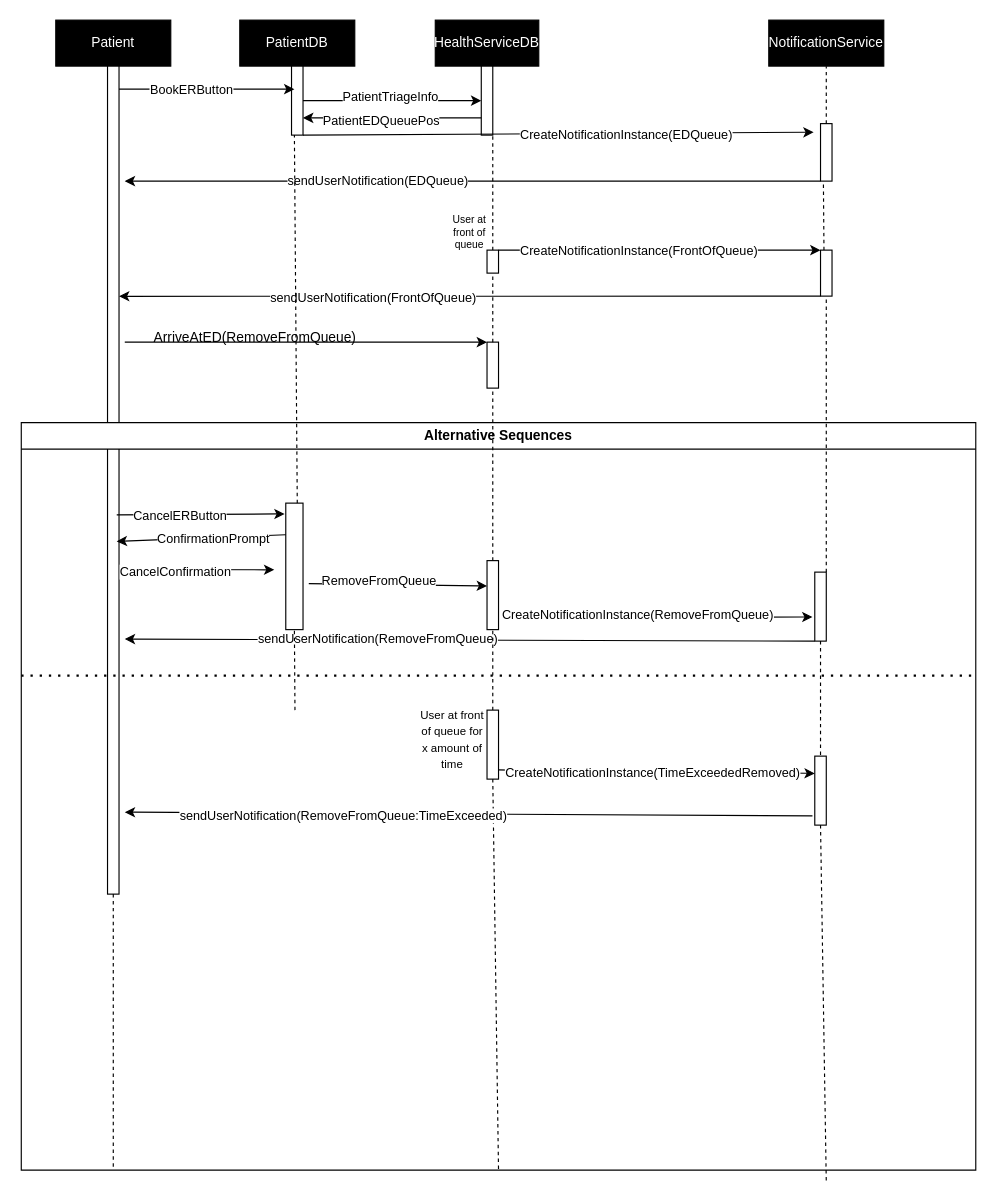
Before: booking_er_sequence.drawio in uvic-teach/project-m1-team8, a draw.io diagram. Source tidied: cells renumbered, new cells numbered last; positions are measured from the earlier drawing's top-left corner, leaving out a move shared by most shapes. Both pictures are drawn from the tidied source at 115%, with x=0, y=0 at pixel (21, 20).
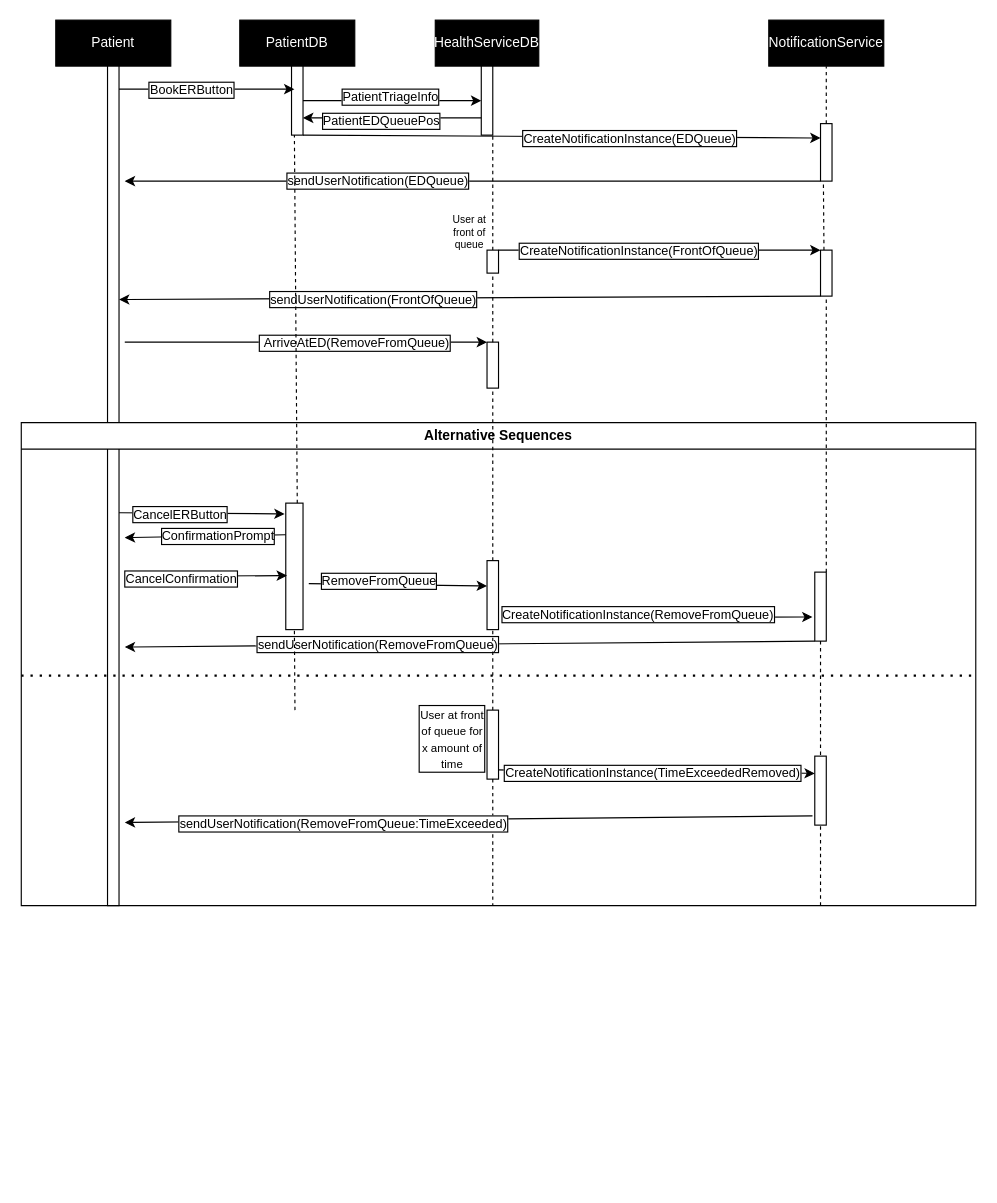
After the change.

Unchanged cells that the change refers to:
```xml
<mxCell id="7" style="rounded=0;whiteSpace=wrap;html=1;" parent="1" vertex="1">
  <mxGeometry x="235" y="40" width="10" height="60" as="geometry" />
</mxCell>
<mxCell id="9" style="endArrow=classic;html=1;rounded=0;exitX=1;exitY=0.5;exitDx=0;exitDy=0;entryX=0;entryY=0.5;entryDx=0;entryDy=0;" parent="1" edge="1" source="7" target="8">
  <mxGeometry relative="1" as="geometry" />
</mxCell>
<mxCell id="11" style="endArrow=classic;html=1;rounded=0;entryX=1;entryY=0.75;entryDx=0;entryDy=0;exitX=0;exitY=0.75;exitDx=0;exitDy=0;" parent="1" edge="1" source="8" target="7">
  <mxGeometry relative="1" as="geometry" />
</mxCell>
<mxCell id="15" style="rounded=0;whiteSpace=wrap;html=1;" parent="1" vertex="1">
  <mxGeometry x="695" y="90" width="10" height="50" as="geometry" />
</mxCell>
<mxCell id="17" style="endArrow=classic;html=1;rounded=0;exitX=0;exitY=1;exitDx=0;exitDy=0;" parent="1" edge="1" source="15">
  <mxGeometry relative="1" as="geometry">
    <mxPoint x="90" y="140" as="targetPoint" />
  </mxGeometry>
</mxCell>
<mxCell id="23" style="endArrow=classic;html=1;rounded=0;entryX=0;entryY=0;entryDx=0;entryDy=0;exitX=1;exitY=0;exitDx=0;exitDy=0;" parent="1" edge="1" source="20" target="22">
  <mxGeometry relative="1" as="geometry" />
</mxCell>
<mxCell id="25" style="endArrow=classic;html=1;rounded=0;exitX=0.75;exitY=0;exitDx=0;exitDy=0;entryX=0;entryY=0;entryDx=0;entryDy=0;" parent="1" edge="1">
  <mxGeometry relative="1" as="geometry">
    <mxPoint x="85" y="60" as="sourcePoint" />
    <mxPoint x="237.5" y="60" as="targetPoint" />
  </mxGeometry>
</mxCell>
<mxCell id="27" style="endArrow=classic;html=1;rounded=0;entryX=1;entryY=0.278;entryDx=0;entryDy=0;exitX=0;exitY=1;exitDx=0;exitDy=0;entryPerimeter=0;" parent="1" edge="1" source="22" target="6">
  <mxGeometry relative="1" as="geometry" />
</mxCell>
<mxCell id="32" style="endArrow=classic;html=1;rounded=0;entryX=0;entryY=0;entryDx=0;entryDy=0;" parent="1" edge="1" target="30">
  <mxGeometry relative="1" as="geometry">
    <mxPoint x="90" y="280" as="sourcePoint" />
  </mxGeometry>
</mxCell>
<mxCell id="35" style="rounded=0;whiteSpace=wrap;html=1;" parent="34" vertex="1">
  <mxGeometry x="230" y="70" width="15" height="110" as="geometry" />
</mxCell>
<mxCell id="37" style="endArrow=classic;html=1;rounded=0;entryX=0;entryY=0.367;entryDx=0;entryDy=0;entryPerimeter=0;" parent="34" edge="1" target="36">
  <mxGeometry relative="1" as="geometry">
    <mxPoint x="250" y="140" as="sourcePoint" />
  </mxGeometry>
</mxCell>
<mxCell id="39" style="endArrow=classic;html=1;rounded=0;exitX=1;exitY=0.75;exitDx=0;exitDy=0;entryX=-0.2;entryY=0.65;entryDx=0;entryDy=0;entryPerimeter=0;" parent="34" edge="1" target="41">
  <mxGeometry relative="1" as="geometry">
    <mxPoint x="430" y="170" as="sourcePoint" />
  </mxGeometry>
</mxCell>
<mxCell id="42" style="rounded=0;whiteSpace=wrap;html=1;" parent="34" vertex="1">
  <mxGeometry x="405" y="250" width="10" height="60" as="geometry" />
</mxCell>
<mxCell id="43" style="rounded=0;whiteSpace=wrap;html=1;" parent="34" vertex="1">
  <mxGeometry x="690" y="290" width="10" height="60" as="geometry" />
</mxCell>
<mxCell id="44" style="endArrow=classic;html=1;rounded=0;exitX=1;exitY=0.867;exitDx=0;exitDy=0;exitPerimeter=0;entryX=0;entryY=0.25;entryDx=0;entryDy=0;" parent="34" edge="1" source="42" target="43">
  <mxGeometry relative="1" as="geometry" />
</mxCell>
<mxCell id="58" style="endArrow=classic;html=1;rounded=0;exitX=0;exitY=1;exitDx=0;exitDy=0;entryX=1.5;entryY=0.692;entryDx=0;entryDy=0;entryPerimeter=0;" parent="1" edge="1" source="41" target="6">
  <mxGeometry relative="1" as="geometry" />
</mxCell>
<mxCell id="63" style="endArrow=classic;html=1;rounded=0;entryX=1.5;entryY=0.901;entryDx=0;entryDy=0;entryPerimeter=0;exitX=-0.2;exitY=0.867;exitDx=0;exitDy=0;exitPerimeter=0;" parent="1" edge="1" source="43" target="6">
  <mxGeometry relative="1" as="geometry" />
</mxCell>
```

What changed in the source:
```diff
@@
     <mxCell id="6" style="rounded=0;whiteSpace=wrap;html=1;" parent="1" vertex="1">
-      <mxGeometry x="75" y="40" width="10" height="720" as="geometry" />
+      <mxGeometry x="75" y="40" width="10" height="730" as="geometry" />
     </mxCell>
@@
-    <mxCell id="10" value="PatientTriageInfo" style="edgeLabel;html=1;align=center;verticalAlign=middle;" parent="9" vertex="1">
+    <mxCell id="10" value="&lt;font style=&quot;&quot;&gt;PatientTriageInfo&lt;/font&gt;" style="edgeLabel;html=1;align=center;verticalAlign=middle;fontColor=#000000;labelBackgroundColor=#FFFFFF;labelBorderColor=default;" parent="9" vertex="1">
       <mxGeometry x="0.29" y="4" relative="1" as="geometry">
         <mxPoint x="-25" as="offset" />
       </mxGeometry>
     </mxCell>
@@
-    <mxCell id="12" value="PatientEDQueuePos" style="edgeLabel;html=1;align=center;verticalAlign=middle;" parent="11" vertex="1">
+    <mxCell id="12" value="&lt;span style=&quot;&quot;&gt;PatientEDQueuePos&lt;/span&gt;" style="edgeLabel;html=1;align=center;verticalAlign=middle;labelBorderColor=#000000;fontColor=#000000;labelBackgroundColor=#FFFFFF;" parent="11" vertex="1">
       <mxGeometry x="0.14" y="2" relative="1" as="geometry" />
     </mxCell>
-    <mxCell id="13" style="endArrow=classic;html=1;rounded=0;exitX=1;exitY=1;exitDx=0;exitDy=0;entryX=-0.6;entryY=0.15;entryDx=0;entryDy=0;entryPerimeter=0;" parent="1" edge="1" source="7" target="15">
+    <mxCell id="13" style="endArrow=classic;html=1;rounded=0;exitX=1;exitY=1;exitDx=0;exitDy=0;entryX=0;entryY=0.25;entryDx=0;entryDy=0;" parent="1" edge="1" source="7" target="15">
       <mxGeometry relative="1" as="geometry" />
     </mxCell>
-    <mxCell id="14" value="CreateNotificationInstance(EDQueue)" style="edgeLabel;html=1;align=center;verticalAlign=middle;" parent="13" vertex="1">
+    <mxCell id="14" value="CreateNotificationInstance(EDQueue)" style="edgeLabel;html=1;align=center;verticalAlign=middle;labelBorderColor=default;" parent="13" vertex="1">
       <mxGeometry x="0.18" y="-1" relative="1" as="geometry">
         <mxPoint x="18" as="offset" />
       </mxGeometry>
     </mxCell>
@@
-    <mxCell id="18" value="sendUserNotification(EDQueue)" style="edgeLabel;html=1;align=center;verticalAlign=middle;" parent="17" vertex="1">
+    <mxCell id="18" value="sendUserNotification(EDQueue)" style="edgeLabel;html=1;align=center;verticalAlign=middle;labelBorderColor=default;" parent="17" vertex="1">
       <mxGeometry x="-0.03" y="-1" relative="1" as="geometry">
         <mxPoint x="-93" as="offset" />
       </mxGeometry>
     </mxCell>
@@
-    <mxCell id="24" value="CreateNotificationInstance(FrontOfQueue)" style="edgeLabel;html=1;align=center;verticalAlign=middle;" parent="23" vertex="1">
+    <mxCell id="24" value="CreateNotificationInstance(FrontOfQueue)" style="edgeLabel;html=1;align=center;verticalAlign=middle;labelBorderColor=default;" parent="23" vertex="1">
       <mxGeometry x="-0.41" y="1" relative="1" as="geometry">
         <mxPoint x="38" y="1" as="offset" />
       </mxGeometry>
     </mxCell>
@@
-    <mxCell id="26" value="BookERButton" style="edgeLabel;html=1;align=center;verticalAlign=middle;" parent="25" vertex="1">
+    <mxCell id="26" value="&lt;font&gt;BookERButton&lt;/font&gt;" style="edgeLabel;html=1;align=center;verticalAlign=middle;labelBackgroundColor=#FFFFFF;fontColor=#000000;labelBorderColor=default;" parent="25" vertex="1">
       <mxGeometry x="-0.19" relative="1" as="geometry" />
     </mxCell>
@@
-    <mxCell id="28" value="sendUserNotification(FrontOfQueue)" style="edgeLabel;html=1;align=center;verticalAlign=middle;" parent="27" vertex="1">
+    <mxCell id="28" value="sendUserNotification(FrontOfQueue)" style="edgeLabel;html=1;align=center;verticalAlign=middle;labelBorderColor=default;" parent="27" vertex="1">
       <mxGeometry x="0.12" y="1" relative="1" as="geometry">
         <mxPoint x="-48" as="offset" />
       </mxGeometry>
     </mxCell>
@@
-    <mxCell id="33" value="&lt;div&gt;&amp;nbsp;&amp;nbsp;&amp;nbsp;&amp;nbsp;&amp;nbsp;&amp;nbsp;&amp;nbsp;&amp;nbsp;&amp;nbsp;&amp;nbsp;&amp;nbsp;&amp;nbsp;&amp;nbsp;&amp;nbsp;&amp;nbsp;&amp;nbsp;&amp;nbsp;&amp;nbsp;&amp;nbsp; ArriveAtED(RemoveFromQueue)&lt;/div&gt;&lt;div&gt;&lt;br&gt;&lt;/div&gt;" style="text;html=1;align=center;verticalAlign=middle;strokeColor=none;fillColor=none;" parent="1" vertex="1">
-      <mxGeometry x="40" y="263" width="260" height="40" as="geometry" />
+    <mxCell id="33" value="&lt;div style=&quot;font-size: 11px;&quot;&gt;&lt;font style=&quot;font-size: 11px;&quot;&gt;&amp;nbsp;ArriveAtED(RemoveFromQueue)&lt;/font&gt;&lt;/div&gt;" style="edgeLabel;html=1;align=center;verticalAlign=middle;labelBorderColor=default;" parent="32" vertex="1">
+      <mxGeometry x="0.12" relative="1" as="geometry">
+        <mxPoint x="23" as="offset" />
+      </mxGeometry>
     </mxCell>
     <mxCell id="34" value="Alternative Sequences" style="swimlane;whiteSpace=wrap;html=1;" parent="1" vertex="1">
-      <mxGeometry y="350" width="830" height="650" as="geometry" />
+      <mxGeometry y="350" width="830" height="420" as="geometry" />
     </mxCell>
@@
-    <mxCell id="38" value="RemoveFromQueue" style="edgeLabel;html=1;align=center;verticalAlign=middle;" parent="37" vertex="1">
+    <mxCell id="38" value="RemoveFromQueue" style="edgeLabel;html=1;align=center;verticalAlign=middle;labelBorderColor=default;" parent="37" vertex="1">
       <mxGeometry x="-0.23" y="3" relative="1" as="geometry" />
     </mxCell>
@@
-    <mxCell id="40" value="CreateNotificationInstance(RemoveFromQueue)" style="edgeLabel;html=1;align=center;verticalAlign=middle;" parent="39" vertex="1">
+    <mxCell id="40" value="CreateNotificationInstance(RemoveFromQueue)" style="edgeLabel;html=1;align=center;verticalAlign=middle;labelBorderColor=default;" parent="39" vertex="1">
       <mxGeometry x="-0.18" y="3" relative="1" as="geometry" />
     </mxCell>
@@
-    <mxCell id="45" value="CreateNotificationInstance(TimeExceededRemoved)" style="edgeLabel;html=1;align=center;verticalAlign=middle;" parent="44" vertex="1">
+    <mxCell id="45" value="CreateNotificationInstance(TimeExceededRemoved)" style="edgeLabel;html=1;align=center;verticalAlign=middle;labelBorderColor=default;" parent="44" vertex="1">
       <mxGeometry x="-0.3" y="-1" relative="1" as="geometry">
         <mxPoint x="38" as="offset" />
       </mxGeometry>
     </mxCell>
-    <mxCell id="46" value="&lt;font style=&quot;font-size: 10px;&quot;&gt;User at front of queue for x amount of time&lt;br&gt;&lt;/font&gt;" style="text;html=1;strokeColor=none;fillColor=none;align=center;verticalAlign=middle;whiteSpace=wrap;rounded=0;" parent="34" vertex="1">
+    <mxCell id="46" value="&lt;font style=&quot;font-size: 10px;&quot;&gt;User at front of queue for x amount of time&lt;br&gt;&lt;/font&gt;" style="text;html=1;strokeColor=none;fillColor=none;align=center;verticalAlign=middle;whiteSpace=wrap;rounded=0;labelBorderColor=default;" parent="34" vertex="1">
       <mxGeometry x="345" y="260" width="60" height="30" as="geometry" />
     </mxCell>
@@
-    <mxCell id="48" style="endArrow=none;dashed=1;html=1;rounded=0;exitX=0.5;exitY=1;exitDx=0;exitDy=0;entryX=0.5;entryY=1;entryDx=0;entryDy=0;" parent="34" edge="1" source="42" target="34">
-      <mxGeometry relative="1" as="geometry" />
+    <mxCell id="48" style="endArrow=none;dashed=1;html=1;rounded=0;exitX=0.5;exitY=1;exitDx=0;exitDy=0;" parent="34" edge="1" source="42">
+      <mxGeometry relative="1" as="geometry">
+        <mxPoint x="410" y="420" as="targetPoint" />
+      </mxGeometry>
     </mxCell>
@@
-    <mxCell id="50" style="endArrow=classic;html=1;rounded=0;exitX=0.8;exitY=0.542;exitDx=0;exitDy=0;exitPerimeter=0;entryX=-0.067;entryY=0.085;entryDx=0;entryDy=0;entryPerimeter=0;" parent="1" edge="1" source="6" target="35">
+    <mxCell id="50" style="endArrow=classic;html=1;rounded=0;exitX=1;exitY=0.532;exitDx=0;exitDy=0;exitPerimeter=0;entryX=-0.067;entryY=0.085;entryDx=0;entryDy=0;entryPerimeter=0;" parent="1" edge="1" source="6" target="35">
       <mxGeometry relative="1" as="geometry" />
     </mxCell>
-    <mxCell id="51" value="CancelERButton" style="edgeLabel;html=1;align=center;verticalAlign=middle;" parent="50" vertex="1">
+    <mxCell id="51" value="CancelERButton" style="edgeLabel;html=1;align=center;verticalAlign=middle;labelBorderColor=default;" parent="50" vertex="1">
       <mxGeometry x="-0.26" y="-1" relative="1" as="geometry" />
     </mxCell>
-    <mxCell id="52" style="endArrow=classic;html=1;rounded=0;exitX=0;exitY=0.25;exitDx=0;exitDy=0;entryX=0.8;entryY=0.574;entryDx=0;entryDy=0;entryPerimeter=0;" parent="1" edge="1" source="35" target="6">
-      <mxGeometry relative="1" as="geometry" />
+    <mxCell id="52" style="endArrow=classic;html=1;rounded=0;exitX=0;exitY=0.25;exitDx=0;exitDy=0;" parent="1" edge="1" source="35">
+      <mxGeometry relative="1" as="geometry">
+        <mxPoint x="90" y="450" as="targetPoint" />
+      </mxGeometry>
     </mxCell>
-    <mxCell id="53" value="ConfirmationPrompt" style="edgeLabel;html=1;align=center;verticalAlign=middle;" parent="52" vertex="1">
+    <mxCell id="53" value="ConfirmationPrompt" style="edgeLabel;html=1;align=center;verticalAlign=middle;labelBorderColor=default;" parent="52" vertex="1">
       <mxGeometry x="0.54" y="-1" relative="1" as="geometry">
         <mxPoint x="49" as="offset" />
       </mxGeometry>
     </mxCell>
-    <mxCell id="54" style="endArrow=classic;html=1;rounded=0;exitX=1.5;exitY=0.608;exitDx=0;exitDy=0;exitPerimeter=0;" parent="1" edge="1" source="6">
-      <mxGeometry relative="1" as="geometry">
-        <mxPoint x="220" y="478" as="targetPoint" />
-      </mxGeometry>
+    <mxCell id="54" style="endArrow=classic;html=1;rounded=0;exitX=1.5;exitY=0.608;exitDx=0;exitDy=0;exitPerimeter=0;entryX=0.067;entryY=0.573;entryDx=0;entryDy=0;entryPerimeter=0;" parent="1" edge="1" source="6" target="35">
+      <mxGeometry relative="1" as="geometry" />
     </mxCell>
-    <mxCell id="55" value="CancelConfirmation" style="edgeLabel;html=1;align=center;verticalAlign=middle;" parent="54" vertex="1">
+    <mxCell id="55" value="CancelConfirmation" style="edgeLabel;html=1;align=center;verticalAlign=middle;labelBorderColor=default;" parent="54" vertex="1">
       <mxGeometry x="-0.32" y="-2" relative="1" as="geometry" />
     </mxCell>
@@
-    <mxCell id="59" value="sendUserNotification(RemoveFromQueue)" style="edgeLabel;html=1;align=center;verticalAlign=middle;" parent="58" vertex="1">
+    <mxCell id="59" value="sendUserNotification(RemoveFromQueue)" style="edgeLabel;html=1;align=center;verticalAlign=middle;labelBorderColor=default;" parent="58" vertex="1">
       <mxGeometry x="0.27" y="-1" relative="1" as="geometry" />
     </mxCell>
@@
-    <mxCell id="64" value="sendUserNotification(RemoveFromQueue:TimeExceeded)" style="edgeLabel;html=1;align=center;verticalAlign=middle;" parent="63" vertex="1">
+    <mxCell id="64" value="sendUserNotification(RemoveFromQueue:TimeExceeded)" style="edgeLabel;html=1;align=center;verticalAlign=middle;labelBorderColor=default;" parent="63" vertex="1">
       <mxGeometry x="0.52" y="2" relative="1" as="geometry">
         <mxPoint x="46" as="offset" />
       </mxGeometry>
     </mxCell>
-    <mxCell id="65" style="endArrow=none;dashed=1;html=1;rounded=0;exitX=0.5;exitY=1;exitDx=0;exitDy=0;" parent="1" edge="1" source="43">
-      <mxGeometry relative="1" as="geometry">
-        <mxPoint x="700" y="1010" as="targetPoint" />
-      </mxGeometry>
-    </mxCell>
-    <mxCell id="66" style="endArrow=none;dashed=1;html=1;rounded=0;" parent="1" edge="1">
-      <mxGeometry relative="1" as="geometry">
-        <mxPoint x="80" y="760" as="sourcePoint" />
-        <mxPoint x="80" y="1000" as="targetPoint" />
-      </mxGeometry>
-    </mxCell>
+    <mxCell id="67" style="endArrow=none;dashed=1;html=1;rounded=0;entryX=0.5;entryY=1;entryDx=0;entryDy=0;" parent="1" edge="1" target="43">
+      <mxGeometry relative="1" as="geometry">
+        <mxPoint x="695" y="770" as="sourcePoint" />
+      </mxGeometry>
+    </mxCell>
```
